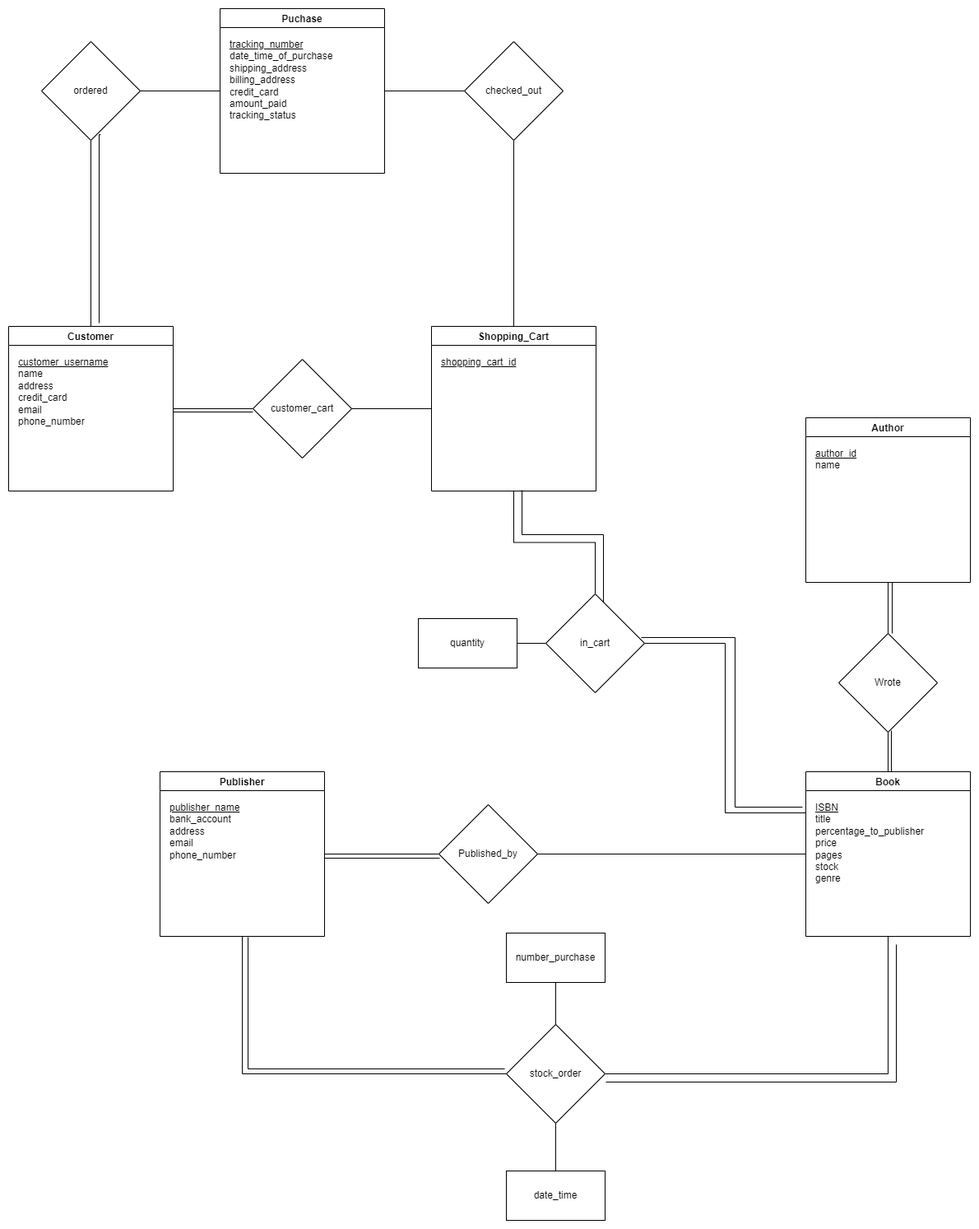
The draw.io diagram Diagrams/final_project_er_diagram.png in braedenbrooking/COMP3005FinalProject, before a commit. Source tidied: cells renumbered, new cells last; positions are measured from the earlier drawing's top-left corner, leaving out a move shared by most shapes.
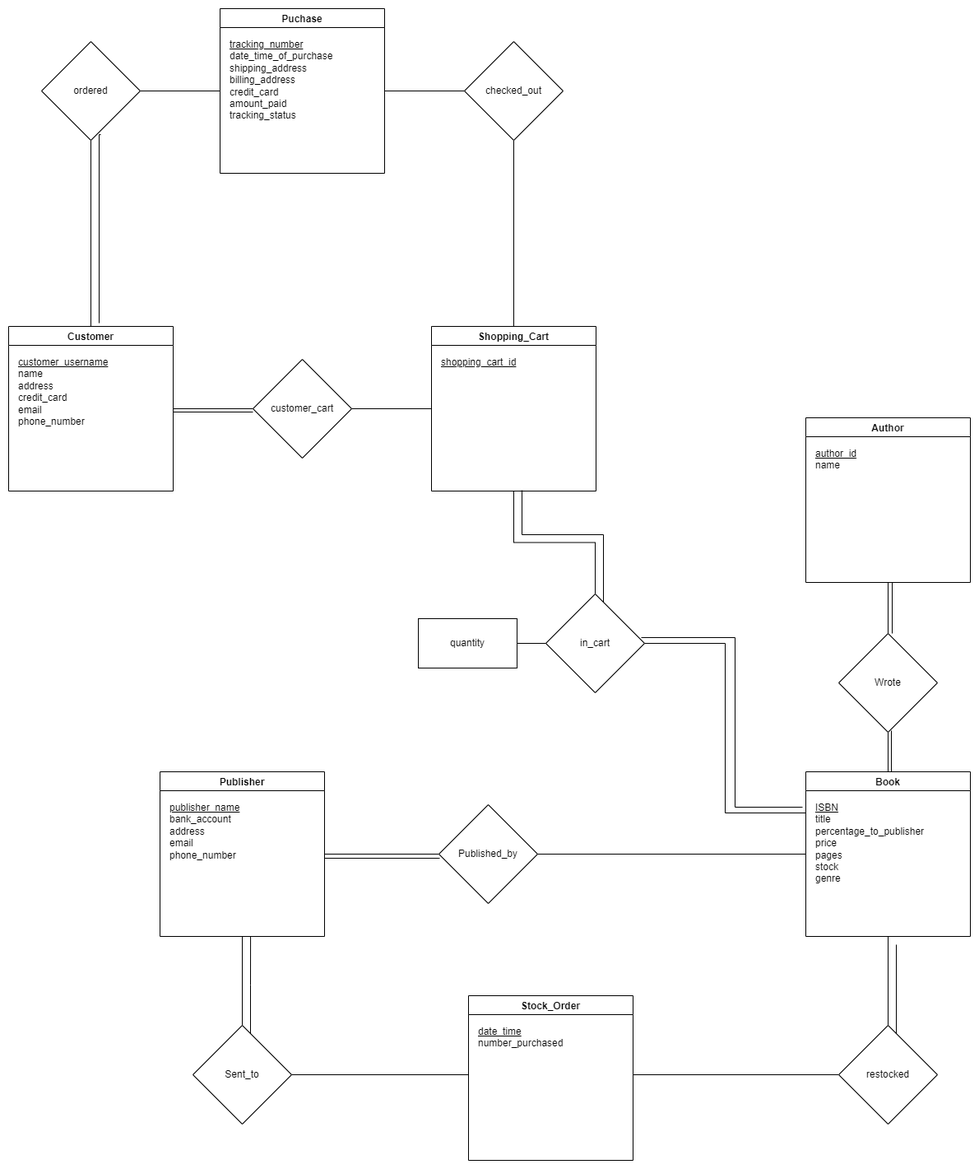
The same diagram one commit later.

Commit message:
Added Schema Diagram

Change to the diagram source:
```diff
@@ -14,13 +14,6 @@
     <mxCell id="5" value="&lt;u&gt;author_id&lt;/u&gt;&lt;br&gt;name" style="text;html=1;strokeColor=none;fillColor=none;align=left;verticalAlign=top;whiteSpace=wrap;rounded=0;" parent="4" vertex="1">
       <mxGeometry x="10" y="30" width="180" height="170" as="geometry" />
     </mxCell>
-    <mxCell id="6" style="edgeStyle=orthogonalEdgeStyle;rounded=0;jettySize=auto;html=1;entryX=0;entryY=0.5;entryDx=0;entryDy=0;endArrow=none;endFill=0;strokeColor=default;strokeWidth=1;" parent="1" edge="1" source="7" target="28">
-      <mxGeometry relative="1" as="geometry">
-        <Array as="points">
-          <mxPoint x="284" y="1294" />
-        </Array>
-      </mxGeometry>
-    </mxCell>
     <mxCell id="7" value="Publisher" style="swimlane;" parent="1" vertex="1">
       <mxGeometry x="184" y="927" width="200" height="200" as="geometry" />
     </mxCell>
@@ -93,33 +86,6 @@
         <mxPoint x="200" y="490" as="targetPoint" />
       </mxGeometry>
     </mxCell>
-    <mxCell id="27" style="edgeStyle=orthogonalEdgeStyle;rounded=0;jettySize=auto;html=1;entryX=0.5;entryY=1;entryDx=0;entryDy=0;endArrow=none;endFill=0;strokeColor=default;strokeWidth=1;" parent="1" edge="1" source="28" target="10">
-      <mxGeometry relative="1" as="geometry" />
-    </mxCell>
-    <mxCell id="28" value="stock_order" style="rhombus;whiteSpace=wrap;html=1;" parent="1" vertex="1">
-      <mxGeometry x="605" y="1234" width="120" height="120" as="geometry" />
-    </mxCell>
-    <mxCell id="29" style="edgeStyle=orthogonalEdgeStyle;rounded=0;orthogonalLoop=1;jettySize=auto;html=1;endArrow=none;endFill=0;strokeColor=default;strokeWidth=1;" parent="1" edge="1">
-      <mxGeometry relative="1" as="geometry">
-        <mxPoint x="291" y="1128" as="sourcePoint" />
-        <mxPoint x="603" y="1288" as="targetPoint" />
-        <Array as="points">
-          <mxPoint x="291" y="1288" />
-        </Array>
-      </mxGeometry>
-    </mxCell>
-    <mxCell id="30" style="edgeStyle=orthogonalEdgeStyle;rounded=0;orthogonalLoop=1;jettySize=auto;html=1;entryX=0.5;entryY=1;entryDx=0;entryDy=0;endArrow=none;endFill=0;strokeColor=default;strokeWidth=1;" parent="1" edge="1">
-      <mxGeometry relative="1" as="geometry">
-        <mxPoint x="726" y="1304" as="sourcePoint" />
-        <mxPoint x="1079" y="1137" as="targetPoint" />
-      </mxGeometry>
-    </mxCell>
-    <mxCell id="31" style="edgeStyle=orthogonalEdgeStyle;rounded=0;jettySize=auto;html=1;entryX=0.5;entryY=1;entryDx=0;entryDy=0;endArrow=none;endFill=0;strokeColor=default;strokeWidth=1;" parent="1" edge="1" source="32" target="28">
-      <mxGeometry relative="1" as="geometry" />
-    </mxCell>
-    <mxCell id="32" value="date_time" style="rounded=0;whiteSpace=wrap;html=1;" parent="1" vertex="1">
-      <mxGeometry x="605" y="1412" width="120" height="60" as="geometry" />
-    </mxCell>
     <mxCell id="33" value="Puchase" style="swimlane;startSize=23;" parent="1" vertex="1">
       <mxGeometry x="257" width="200" height="200" as="geometry" />
     </mxCell>
@@ -184,11 +150,44 @@
         </Array>
       </mxGeometry>
     </mxCell>
-    <mxCell id="48" style="edgeStyle=orthogonalEdgeStyle;rounded=0;jettySize=auto;html=1;entryX=0.5;entryY=0;entryDx=0;entryDy=0;endArrow=none;endFill=0;" parent="1" edge="1" source="49" target="28">
-      <mxGeometry relative="1" as="geometry" />
-    </mxCell>
-    <mxCell id="49" value="number_purchase" style="rounded=0;whiteSpace=wrap;html=1;" parent="1" vertex="1">
-      <mxGeometry x="605" y="1123" width="120" height="60" as="geometry" />
-    </mxCell>
+    <mxCell id="50" value="Stock_Order" style="swimlane;" parent="1" vertex="1">
+      <mxGeometry x="559" y="1199" width="200" height="200" as="geometry" />
+    </mxCell>
+    <mxCell id="51" value="&lt;u&gt;date_time&lt;/u&gt;&lt;br&gt;number_purchased" style="text;html=1;strokeColor=none;fillColor=none;align=left;verticalAlign=top;whiteSpace=wrap;rounded=0;" parent="50" vertex="1">
+      <mxGeometry x="10" y="30" width="180" height="170" as="geometry" />
+    </mxCell>
+    <mxCell id="52" style="edgeStyle=orthogonalEdgeStyle;rounded=0;jettySize=auto;html=1;endArrow=none;endFill=0;" parent="1" edge="1" source="54">
+      <mxGeometry relative="1" as="geometry">
+        <mxPoint x="559" y="1295" as="targetPoint" />
+      </mxGeometry>
+    </mxCell>
+    <mxCell id="53" style="edgeStyle=orthogonalEdgeStyle;rounded=0;jettySize=auto;html=1;entryX=0.5;entryY=1;entryDx=0;entryDy=0;endArrow=none;endFill=0;" parent="1" edge="1" source="54" target="8">
+      <mxGeometry relative="1" as="geometry" />
+    </mxCell>
+    <mxCell id="54" value="Sent_to" style="rhombus;whiteSpace=wrap;html=1;" parent="1" vertex="1">
+      <mxGeometry x="224" y="1235" width="120" height="120" as="geometry" />
+    </mxCell>
+    <mxCell id="55" style="edgeStyle=orthogonalEdgeStyle;rounded=0;jettySize=auto;html=1;entryX=0.556;entryY=1;entryDx=0;entryDy=0;endArrow=none;endFill=0;entryPerimeter=0;" parent="1" edge="1" target="8">
+      <mxGeometry relative="1" as="geometry">
+        <mxPoint x="294" y="1245" as="sourcePoint" />
+      </mxGeometry>
+    </mxCell>
+    <mxCell id="56" style="edgeStyle=orthogonalEdgeStyle;rounded=0;jettySize=auto;html=1;endArrow=none;endFill=0;" parent="1" edge="1" source="58">
+      <mxGeometry relative="1" as="geometry">
+        <mxPoint x="759" y="1295" as="targetPoint" />
+      </mxGeometry>
+    </mxCell>
+    <mxCell id="57" style="edgeStyle=orthogonalEdgeStyle;rounded=0;jettySize=auto;html=1;entryX=0.5;entryY=1;entryDx=0;entryDy=0;endArrow=none;endFill=0;" parent="1" edge="1" source="58" target="10">
+      <mxGeometry relative="1" as="geometry" />
+    </mxCell>
+    <mxCell id="58" value="restocked" style="rhombus;whiteSpace=wrap;html=1;" parent="1" vertex="1">
+      <mxGeometry x="1009" y="1235" width="120" height="120" as="geometry" />
+    </mxCell>
+    <mxCell id="59" style="edgeStyle=orthogonalEdgeStyle;rounded=0;orthogonalLoop=1;jettySize=auto;html=1;entryX=0.5;entryY=1;entryDx=0;entryDy=0;endArrow=none;endFill=0;" parent="1" edge="1">
+      <mxGeometry relative="1" as="geometry">
+        <mxPoint x="1079" y="1245" as="sourcePoint" />
+        <mxPoint x="1079" y="1137" as="targetPoint" />
+      </mxGeometry>
+    </mxCell>
   </root>
 </mxGraphModel>
```
